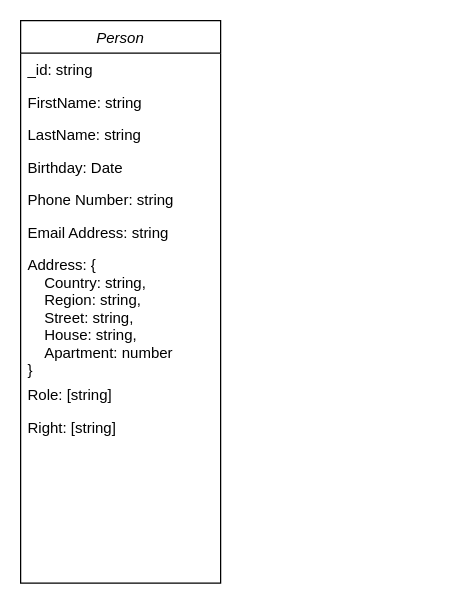
Above: Диаграмма без названия.drawio in ovenmen/diargams (draw.io), before the change. Source tidied: cells renumbered, new cells numbered last; positions are measured from the earlier drawing's top-left corner, leaving out a move shared by most shapes. Both pictures are drawn from the tidied source at 125%, with x=0, y=0 at pixel (20, 20).
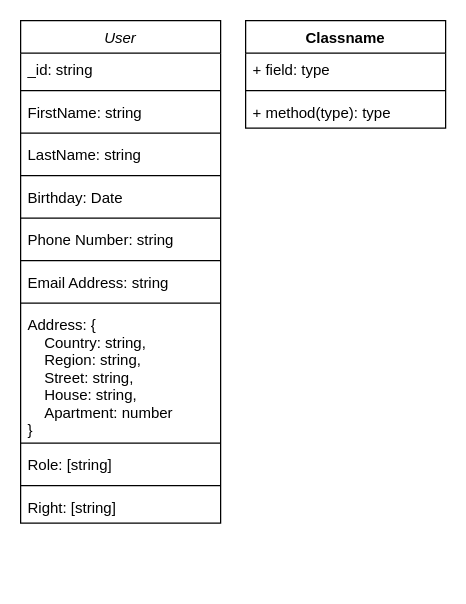
After the change.

The edit, as a diff of the source:
```diff
@@
-    <mxCell id="2" value="Person" style="swimlane;fontStyle=2;align=center;verticalAlign=top;horizontal=1;startSize=26;rounded=0;shadow=0;strokeWidth=1;" parent="1" vertex="1">
-      <mxGeometry width="160" height="450" as="geometry" />
+    <mxCell id="2" value="User" style="swimlane;fontStyle=2;align=center;verticalAlign=top;horizontal=1;startSize=26;rounded=0;shadow=0;strokeWidth=1;" parent="1" vertex="1">
+      <mxGeometry width="160" height="402" as="geometry" />
     </mxCell>
@@
+    <mxCell id="12" style="line;strokeWidth=1;fillColor=none;align=left;verticalAlign=middle;spacingTop=-1;spacingLeft=3;spacingRight=3;labelPosition=right;strokeColor=inherit;" parent="2" vertex="1">
+      <mxGeometry y="52" width="160" height="8" as="geometry" />
+    </mxCell>
     <mxCell id="4" value="FirstName: string" style="text;align=left;verticalAlign=top;spacingLeft=4;spacingRight=4;overflow=hidden;" parent="2" vertex="1">
-      <mxGeometry y="52" width="160" height="26" as="geometry" />
+      <mxGeometry y="60" width="160" height="26" as="geometry" />
     </mxCell>
+    <mxCell id="13" style="line;strokeWidth=1;fillColor=none;align=left;verticalAlign=middle;spacingTop=-1;spacingLeft=3;spacingRight=3;labelPosition=right;strokeColor=inherit;" parent="2" vertex="1">
+      <mxGeometry y="86" width="160" height="8" as="geometry" />
+    </mxCell>
     <mxCell id="5" value="LastName: string" style="text;align=left;verticalAlign=top;spacingLeft=4;spacingRight=4;overflow=hidden;" parent="2" vertex="1">
-      <mxGeometry y="78" width="160" height="26" as="geometry" />
+      <mxGeometry y="94" width="160" height="26" as="geometry" />
     </mxCell>
+    <mxCell id="14" style="line;strokeWidth=1;fillColor=none;align=left;verticalAlign=middle;spacingTop=-1;spacingLeft=3;spacingRight=3;labelPosition=right;strokeColor=inherit;" parent="2" vertex="1">
+      <mxGeometry y="120" width="160" height="8" as="geometry" />
+    </mxCell>
     <mxCell id="6" value="Birthday: Date" style="text;align=left;verticalAlign=top;spacingLeft=4;spacingRight=4;overflow=hidden;" parent="2" vertex="1">
-      <mxGeometry y="104" width="160" height="26" as="geometry" />
+      <mxGeometry y="128" width="160" height="26" as="geometry" />
     </mxCell>
+    <mxCell id="15" style="line;strokeWidth=1;fillColor=none;align=left;verticalAlign=middle;spacingTop=-1;spacingLeft=3;spacingRight=3;labelPosition=right;strokeColor=inherit;" parent="2" vertex="1">
+      <mxGeometry y="154" width="160" height="8" as="geometry" />
+    </mxCell>
     <mxCell id="7" value="Phone Number: string" style="text;align=left;verticalAlign=top;spacingLeft=4;spacingRight=4;overflow=hidden;rounded=0;shadow=0;html=0;" parent="2" vertex="1">
-      <mxGeometry y="130" width="160" height="26" as="geometry" />
+      <mxGeometry y="162" width="160" height="26" as="geometry" />
     </mxCell>
+    <mxCell id="16" style="line;strokeWidth=1;fillColor=none;align=left;verticalAlign=middle;spacingTop=-1;spacingLeft=3;spacingRight=3;labelPosition=right;strokeColor=inherit;" parent="2" vertex="1">
+      <mxGeometry y="188" width="160" height="8" as="geometry" />
+    </mxCell>
     <mxCell id="8" value="Email Address: string" style="text;align=left;verticalAlign=top;spacingLeft=4;spacingRight=4;overflow=hidden;rounded=0;shadow=0;html=0;" parent="2" vertex="1">
-      <mxGeometry y="156" width="160" height="26" as="geometry" />
+      <mxGeometry y="196" width="160" height="26" as="geometry" />
     </mxCell>
+    <mxCell id="17" style="line;strokeWidth=1;fillColor=none;align=left;verticalAlign=middle;spacingTop=-1;spacingLeft=3;spacingRight=3;labelPosition=right;strokeColor=inherit;" parent="2" vertex="1">
+      <mxGeometry y="222" width="160" height="8" as="geometry" />
+    </mxCell>
     <mxCell id="9" value="Address: {&#10;    Country: string,&#10;    Region: string,&#10;    Street: string,&#10;    House: string,&#10;    Apartment: number&#10;}" style="text;align=left;verticalAlign=top;spacingLeft=4;spacingRight=4;overflow=hidden;rounded=0;shadow=0;html=0;" parent="2" vertex="1">
-      <mxGeometry y="182" width="160" height="104" as="geometry" />
+      <mxGeometry y="230" width="160" height="104" as="geometry" />
     </mxCell>
+    <mxCell id="18" style="line;strokeWidth=1;fillColor=none;align=left;verticalAlign=middle;spacingTop=-1;spacingLeft=3;spacingRight=3;labelPosition=right;strokeColor=inherit;" parent="2" vertex="1">
+      <mxGeometry y="334" width="160" height="8" as="geometry" />
+    </mxCell>
     <mxCell id="10" value="Role: [string]" style="text;align=left;verticalAlign=top;spacingLeft=4;spacingRight=4;overflow=hidden;" parent="2" vertex="1">
-      <mxGeometry y="286" width="160" height="26" as="geometry" />
+      <mxGeometry y="342" width="160" height="26" as="geometry" />
     </mxCell>
+    <mxCell id="19" style="line;strokeWidth=1;fillColor=none;align=left;verticalAlign=middle;spacingTop=-1;spacingLeft=3;spacingRight=3;labelPosition=right;strokeColor=inherit;" parent="2" vertex="1">
+      <mxGeometry y="368" width="160" height="8" as="geometry" />
+    </mxCell>
     <mxCell id="11" value="Right: [string]" style="text;align=left;verticalAlign=top;spacingLeft=4;spacingRight=4;overflow=hidden;" parent="2" vertex="1">
-      <mxGeometry y="312" width="160" height="26" as="geometry" />
+      <mxGeometry y="376" width="160" height="26" as="geometry" />
     </mxCell>
+    <mxCell id="20" value="Classname" style="swimlane;fontStyle=1;align=center;verticalAlign=top;horizontal=1;startSize=26;" parent="1" vertex="1">
+      <mxGeometry x="180" width="160" height="86" as="geometry" />
+    </mxCell>
+    <mxCell id="21" value="+ field: type" style="text;strokeColor=none;fillColor=none;align=left;verticalAlign=top;spacingLeft=4;spacingRight=4;overflow=hidden;" parent="20" vertex="1">
+      <mxGeometry y="26" width="160" height="26" as="geometry" />
+    </mxCell>
+    <mxCell id="22" style="line;strokeWidth=1;fillColor=none;align=left;verticalAlign=middle;spacingTop=-1;spacingLeft=3;spacingRight=3;labelPosition=right;strokeColor=inherit;" parent="20" vertex="1">
+      <mxGeometry y="52" width="160" height="8" as="geometry" />
+    </mxCell>
+    <mxCell id="23" value="+ method(type): type" style="text;strokeColor=none;fillColor=none;align=left;verticalAlign=top;spacingLeft=4;spacingRight=4;overflow=hidden;" parent="20" vertex="1">
+      <mxGeometry y="60" width="160" height="26" as="geometry" />
+    </mxCell>
```
